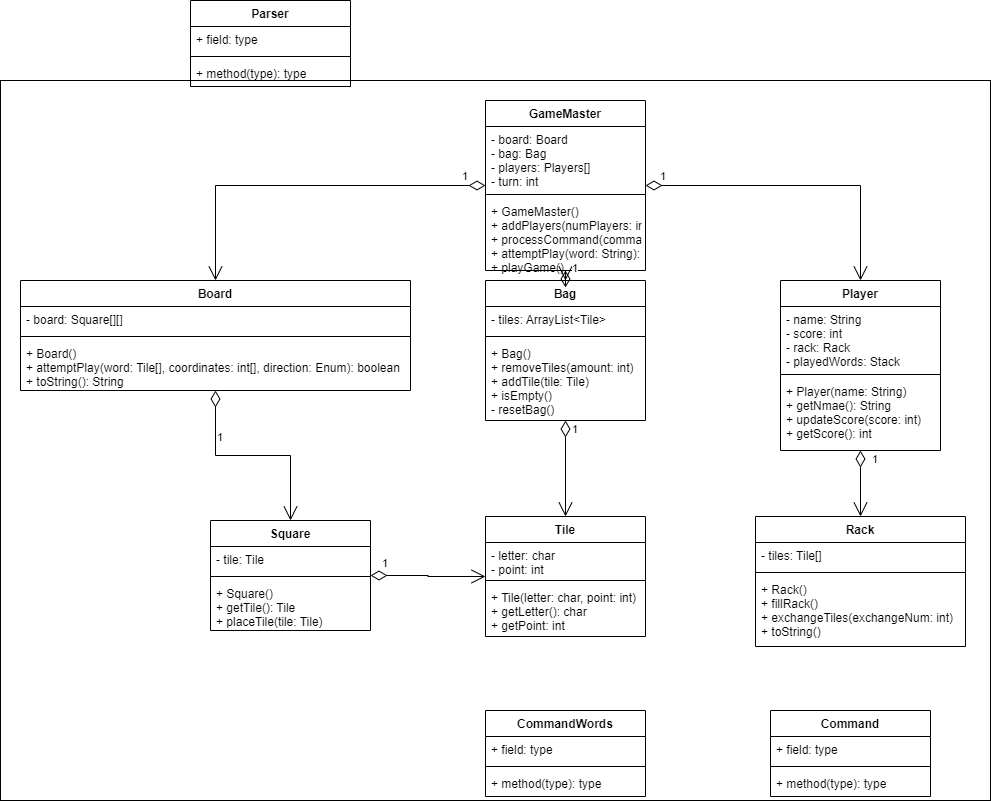
The draw.io diagram src/ScrabbleUML.png in charles-55/ScrabbleGame, before a commit. Source tidied: cells renumbered, new cells last; positions are measured from the earlier drawing's top-left corner, leaving out a move shared by most shapes.
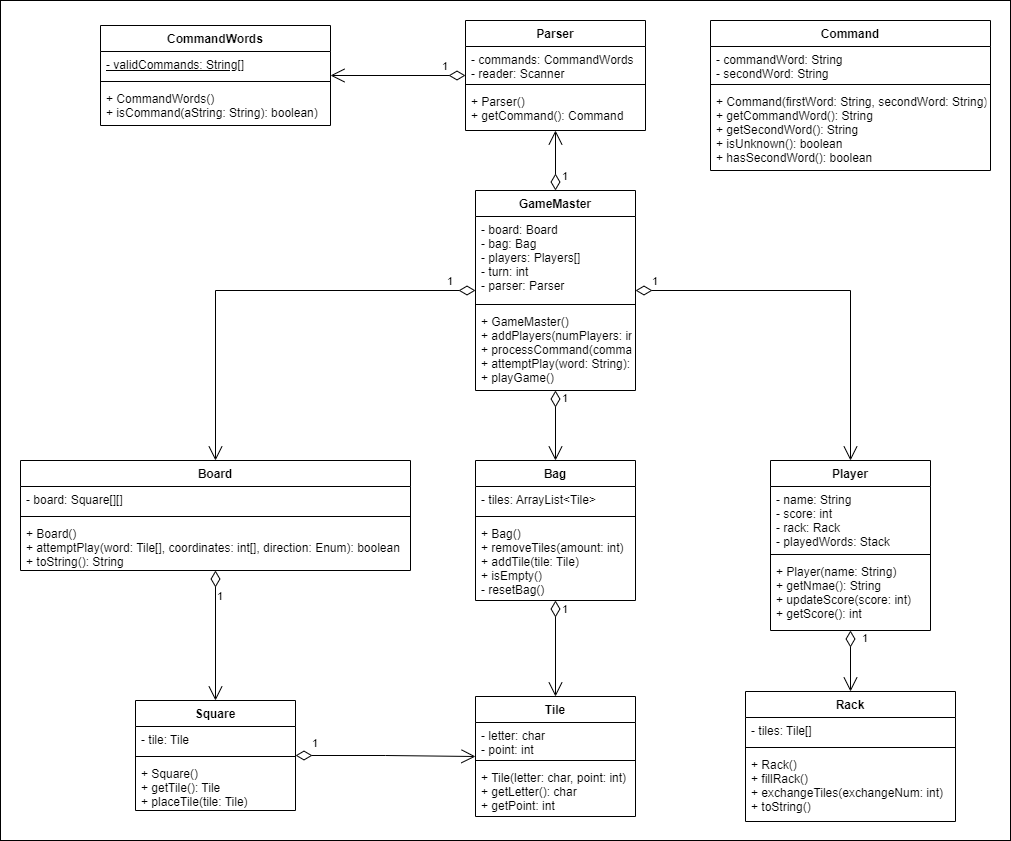
After the commit.

What changed in the source:
```diff
@@ -3,22 +3,22 @@
     <mxCell id="0" />
     <mxCell id="1" parent="0" />
     <mxCell id="2" style="html=1;" parent="1" vertex="1">
-      <mxGeometry y="80" width="990" height="720" as="geometry" />
+      <mxGeometry x="60" y="120" width="1010" height="840" as="geometry" />
     </mxCell>
     <mxCell id="3" value="GameMaster" style="swimlane;fontStyle=1;align=center;verticalAlign=top;horizontal=1;startSize=26;" parent="1" vertex="1">
-      <mxGeometry x="485" y="100" width="160" height="170" as="geometry" />
+      <mxGeometry x="535" y="310" width="160" height="200" as="geometry" />
     </mxCell>
-    <mxCell id="4" value="- board: Board&#10;- bag: Bag&#10;- players: Players[]&#10;- turn: int" style="text;strokeColor=none;fillColor=none;align=left;verticalAlign=top;spacingLeft=4;spacingRight=4;overflow=hidden;" parent="3" vertex="1">
-      <mxGeometry y="26" width="160" height="64" as="geometry" />
+    <mxCell id="4" value="- board: Board&#10;- bag: Bag&#10;- players: Players[]&#10;- turn: int&#10;- parser: Parser" style="text;strokeColor=none;fillColor=none;align=left;verticalAlign=top;spacingLeft=4;spacingRight=4;overflow=hidden;" parent="3" vertex="1">
+      <mxGeometry y="26" width="160" height="84" as="geometry" />
     </mxCell>
     <mxCell id="5" style="line;strokeWidth=1;fillColor=none;align=left;verticalAlign=middle;spacingTop=-1;spacingLeft=3;spacingRight=3;labelPosition=right;strokeColor=inherit;" parent="3" vertex="1">
-      <mxGeometry y="90" width="160" height="8" as="geometry" />
+      <mxGeometry y="110" width="160" height="8" as="geometry" />
     </mxCell>
     <mxCell id="6" value="+ GameMaster()&#10;+ addPlayers(numPlayers: int)&#10;+ processCommand(command: Command): boolean&#10;+ attemptPlay(word: String): boolean&#10;+ playGame()" style="text;strokeColor=none;fillColor=none;align=left;verticalAlign=top;spacingLeft=4;spacingRight=4;overflow=hidden;" parent="3" vertex="1">
-      <mxGeometry y="98" width="160" height="72" as="geometry" />
+      <mxGeometry y="118" width="160" height="82" as="geometry" />
     </mxCell>
     <mxCell id="7" value="Board" style="swimlane;fontStyle=1;align=center;verticalAlign=top;horizontal=1;startSize=26;" parent="1" vertex="1">
-      <mxGeometry x="20" y="280" width="390" height="110" as="geometry" />
+      <mxGeometry x="80" y="580" width="390" height="110" as="geometry" />
     </mxCell>
     <mxCell id="8" value="- board: Square[][]" style="text;strokeColor=none;fillColor=none;align=left;verticalAlign=top;spacingLeft=4;spacingRight=4;overflow=hidden;" parent="7" vertex="1">
       <mxGeometry y="26" width="390" height="26" as="geometry" />
@@ -30,7 +30,7 @@
       <mxGeometry y="60" width="390" height="50" as="geometry" />
     </mxCell>
     <mxCell id="11" value="Bag" style="swimlane;fontStyle=1;align=center;verticalAlign=top;horizontal=1;startSize=26;" parent="1" vertex="1">
-      <mxGeometry x="485" y="280" width="160" height="140" as="geometry" />
+      <mxGeometry x="535" y="580" width="160" height="140" as="geometry" />
     </mxCell>
     <mxCell id="12" value="- tiles: ArrayList&lt;Tile&gt;" style="text;strokeColor=none;fillColor=none;align=left;verticalAlign=top;spacingLeft=4;spacingRight=4;overflow=hidden;" parent="11" vertex="1">
       <mxGeometry y="26" width="160" height="26" as="geometry" />
@@ -42,7 +42,7 @@
       <mxGeometry y="60" width="160" height="80" as="geometry" />
     </mxCell>
     <mxCell id="15" value="Square" style="swimlane;fontStyle=1;align=center;verticalAlign=top;horizontal=1;startSize=26;" parent="1" vertex="1">
-      <mxGeometry x="210" y="520" width="160" height="110" as="geometry" />
+      <mxGeometry x="195" y="820" width="160" height="110" as="geometry" />
     </mxCell>
     <mxCell id="16" value="- tile: Tile" style="text;strokeColor=none;fillColor=none;align=left;verticalAlign=top;spacingLeft=4;spacingRight=4;overflow=hidden;" parent="15" vertex="1">
       <mxGeometry y="26" width="160" height="26" as="geometry" />
@@ -54,7 +54,7 @@
       <mxGeometry y="60" width="160" height="50" as="geometry" />
     </mxCell>
     <mxCell id="19" value="Tile" style="swimlane;fontStyle=1;align=center;verticalAlign=top;horizontal=1;startSize=26;" parent="1" vertex="1">
-      <mxGeometry x="485" y="516" width="160" height="120" as="geometry" />
+      <mxGeometry x="535" y="816" width="160" height="120" as="geometry" />
     </mxCell>
     <mxCell id="20" value="- letter: char&#10;- point: int" style="text;strokeColor=none;fillColor=none;align=left;verticalAlign=top;spacingLeft=4;spacingRight=4;overflow=hidden;" parent="19" vertex="1">
       <mxGeometry y="26" width="160" height="34" as="geometry" />
@@ -66,7 +66,7 @@
       <mxGeometry y="68" width="160" height="52" as="geometry" />
     </mxCell>
     <mxCell id="23" value="Player" style="swimlane;fontStyle=1;align=center;verticalAlign=top;horizontal=1;startSize=26;" parent="1" vertex="1">
-      <mxGeometry x="780" y="280" width="160" height="170" as="geometry" />
+      <mxGeometry x="830" y="580" width="160" height="170" as="geometry" />
     </mxCell>
     <mxCell id="24" value="- name: String&#10;- score: int&#10;- rack: Rack&#10;- playedWords: Stack" style="text;strokeColor=none;fillColor=none;align=left;verticalAlign=top;spacingLeft=4;spacingRight=4;overflow=hidden;" parent="23" vertex="1">
       <mxGeometry y="26" width="160" height="64" as="geometry" />
@@ -78,7 +78,7 @@
       <mxGeometry y="98" width="160" height="72" as="geometry" />
     </mxCell>
     <mxCell id="27" value="Rack" style="swimlane;fontStyle=1;align=center;verticalAlign=top;horizontal=1;startSize=26;" parent="1" vertex="1">
-      <mxGeometry x="755" y="516" width="210" height="130" as="geometry" />
+      <mxGeometry x="805" y="811" width="210" height="130" as="geometry" />
     </mxCell>
     <mxCell id="28" value="- tiles: Tile[]" style="text;strokeColor=none;fillColor=none;align=left;verticalAlign=top;spacingLeft=4;spacingRight=4;overflow=hidden;" parent="27" vertex="1">
       <mxGeometry y="26" width="210" height="26" as="geometry" />
@@ -111,40 +111,46 @@
       <mxGeometry x="-0.83" y="3" relative="1" as="geometry" />
     </mxCell>
     <mxCell id="38" value="Parser" style="swimlane;fontStyle=1;align=center;verticalAlign=top;horizontal=1;startSize=26;" parent="1" vertex="1">
-      <mxGeometry x="190" width="160" height="86" as="geometry" />
+      <mxGeometry x="525" y="140" width="180" height="110" as="geometry" />
     </mxCell>
-    <mxCell id="39" value="+ field: type" style="text;strokeColor=none;fillColor=none;align=left;verticalAlign=top;spacingLeft=4;spacingRight=4;overflow=hidden;" parent="38" vertex="1">
-      <mxGeometry y="26" width="160" height="26" as="geometry" />
+    <mxCell id="39" value="- commands: CommandWords&#10;- reader: Scanner" style="text;strokeColor=none;fillColor=none;align=left;verticalAlign=top;spacingLeft=4;spacingRight=4;overflow=hidden;" parent="38" vertex="1">
+      <mxGeometry y="26" width="180" height="34" as="geometry" />
     </mxCell>
     <mxCell id="40" style="line;strokeWidth=1;fillColor=none;align=left;verticalAlign=middle;spacingTop=-1;spacingLeft=3;spacingRight=3;labelPosition=right;strokeColor=inherit;" parent="38" vertex="1">
-      <mxGeometry y="52" width="160" height="8" as="geometry" />
+      <mxGeometry y="60" width="180" height="8" as="geometry" />
     </mxCell>
-    <mxCell id="41" value="+ method(type): type" style="text;strokeColor=none;fillColor=none;align=left;verticalAlign=top;spacingLeft=4;spacingRight=4;overflow=hidden;" parent="38" vertex="1">
-      <mxGeometry y="60" width="160" height="26" as="geometry" />
+    <mxCell id="41" value="+ Parser()&#10;+ getCommand(): Command" style="text;strokeColor=none;fillColor=none;align=left;verticalAlign=top;spacingLeft=4;spacingRight=4;overflow=hidden;" parent="38" vertex="1">
+      <mxGeometry y="68" width="180" height="42" as="geometry" />
     </mxCell>
     <mxCell id="42" value="CommandWords" style="swimlane;fontStyle=1;align=center;verticalAlign=top;horizontal=1;startSize=26;" parent="1" vertex="1">
-      <mxGeometry x="485" y="710" width="160" height="86" as="geometry" />
+      <mxGeometry x="160" y="145" width="230" height="100" as="geometry" />
     </mxCell>
-    <mxCell id="43" value="+ field: type" style="text;strokeColor=none;fillColor=none;align=left;verticalAlign=top;spacingLeft=4;spacingRight=4;overflow=hidden;" parent="42" vertex="1">
-      <mxGeometry y="26" width="160" height="26" as="geometry" />
+    <mxCell id="43" value="&lt;u&gt;- validCommands: String[]&lt;/u&gt;" style="text;strokeColor=none;fillColor=none;align=left;verticalAlign=top;spacingLeft=4;spacingRight=4;overflow=hidden;html=1;" parent="42" vertex="1">
+      <mxGeometry y="26" width="230" height="26" as="geometry" />
     </mxCell>
     <mxCell id="44" style="line;strokeWidth=1;fillColor=none;align=left;verticalAlign=middle;spacingTop=-1;spacingLeft=3;spacingRight=3;labelPosition=right;strokeColor=inherit;" parent="42" vertex="1">
-      <mxGeometry y="52" width="160" height="8" as="geometry" />
+      <mxGeometry y="52" width="230" height="8" as="geometry" />
     </mxCell>
-    <mxCell id="45" value="+ method(type): type" style="text;strokeColor=none;fillColor=none;align=left;verticalAlign=top;spacingLeft=4;spacingRight=4;overflow=hidden;" parent="42" vertex="1">
-      <mxGeometry y="60" width="160" height="26" as="geometry" />
+    <mxCell id="45" value="+ CommandWords()&#10;+ isCommand(aString: String): boolean)" style="text;strokeColor=none;fillColor=none;align=left;verticalAlign=top;spacingLeft=4;spacingRight=4;overflow=hidden;" parent="42" vertex="1">
+      <mxGeometry y="60" width="230" height="40" as="geometry" />
     </mxCell>
     <mxCell id="46" value="Command" style="swimlane;fontStyle=1;align=center;verticalAlign=top;horizontal=1;startSize=26;" parent="1" vertex="1">
-      <mxGeometry x="770" y="710" width="160" height="86" as="geometry" />
+      <mxGeometry x="770" y="140" width="280" height="150" as="geometry" />
     </mxCell>
-    <mxCell id="47" value="+ field: type" style="text;strokeColor=none;fillColor=none;align=left;verticalAlign=top;spacingLeft=4;spacingRight=4;overflow=hidden;" parent="46" vertex="1">
-      <mxGeometry y="26" width="160" height="26" as="geometry" />
+    <mxCell id="47" value="- commandWord: String&#10;- secondWord: String" style="text;strokeColor=none;fillColor=none;align=left;verticalAlign=top;spacingLeft=4;spacingRight=4;overflow=hidden;" parent="46" vertex="1">
+      <mxGeometry y="26" width="280" height="34" as="geometry" />
     </mxCell>
     <mxCell id="48" style="line;strokeWidth=1;fillColor=none;align=left;verticalAlign=middle;spacingTop=-1;spacingLeft=3;spacingRight=3;labelPosition=right;strokeColor=inherit;" parent="46" vertex="1">
-      <mxGeometry y="52" width="160" height="8" as="geometry" />
+      <mxGeometry y="60" width="280" height="8" as="geometry" />
     </mxCell>
-    <mxCell id="49" value="+ method(type): type" style="text;strokeColor=none;fillColor=none;align=left;verticalAlign=top;spacingLeft=4;spacingRight=4;overflow=hidden;" parent="46" vertex="1">
-      <mxGeometry y="60" width="160" height="26" as="geometry" />
+    <mxCell id="49" value="+ Command(firstWord: String, secondWord: String)&#10;+ getCommandWord(): String&#10;+ getSecondWord(): String&#10;+ isUnknown(): boolean&#10;+ hasSecondWord(): boolean" style="text;strokeColor=none;fillColor=none;align=left;verticalAlign=top;spacingLeft=4;spacingRight=4;overflow=hidden;" parent="46" vertex="1">
+      <mxGeometry y="68" width="280" height="82" as="geometry" />
     </mxCell>
+    <mxCell id="50" value="1" style="endArrow=open;html=1;endSize=12;startArrow=diamondThin;startSize=14;startFill=0;edgeStyle=orthogonalEdgeStyle;align=left;verticalAlign=bottom;rounded=0;" parent="1" edge="1" source="3" target="38">
+      <mxGeometry x="-0.82" y="-5" relative="1" as="geometry" />
+    </mxCell>
+    <mxCell id="51" value="1" style="endArrow=open;html=1;endSize=12;startArrow=diamondThin;startSize=14;startFill=0;edgeStyle=orthogonalEdgeStyle;align=left;verticalAlign=bottom;rounded=0;" parent="1" edge="1" source="38" target="42">
+      <mxGeometry x="-0.63" relative="1" as="geometry" />
+    </mxCell>
   </root>
 </mxGraphModel>
```
